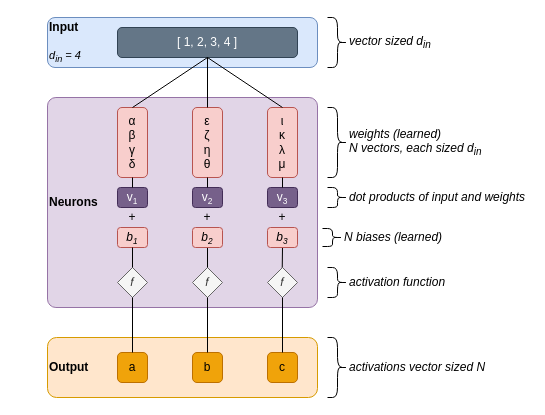
Earlier version of the draw.io diagram book/images/ffn/overview.drawio (yshavit/llm-notes). Source tidied: cells renumbered, new cells numbered last; positions are measured from the earlier drawing's top-left corner, leaving out a move shared by most shapes. Both pictures are drawn from the tidied source at 100%, with x=0, y=0 at pixel (47, 17).
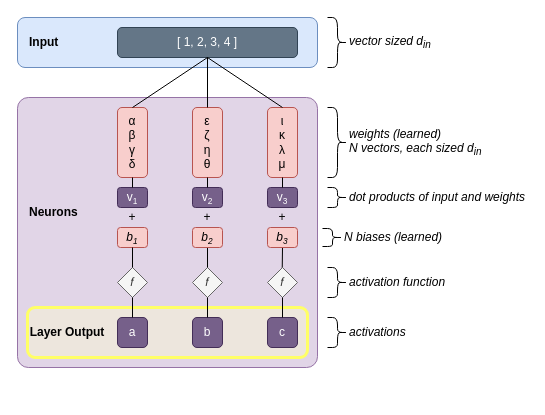
The same diagram, later.

What changed in the source:
```diff
@@
-    <mxCell id="2" value="&lt;b&gt;Neurons&lt;/b&gt;" style="rounded=1;whiteSpace=wrap;html=1;fillColor=#e1d5e7;strokeColor=#9673a6;align=left;arcSize=4;" parent="1" vertex="1">
-      <mxGeometry y="80" width="270" height="210" as="geometry" />
+    <mxCell id="2" style="rounded=1;whiteSpace=wrap;html=1;fillColor=#e1d5e7;strokeColor=#9673a6;align=left;arcSize=4;" parent="1" vertex="1">
+      <mxGeometry x="-30" y="80" width="300" height="270" as="geometry" />
     </mxCell>
@@
-    <mxCell id="5" value="&lt;b&gt;Input&lt;/b&gt;&lt;br&gt;&lt;div&gt;&lt;font style=&quot;font-size: 11px;&quot;&gt;&lt;i&gt;&lt;br&gt;&lt;/i&gt;&lt;/font&gt;&lt;/div&gt;&lt;div&gt;&lt;font style=&quot;font-size: 11px;&quot;&gt;&lt;i&gt;d&lt;sub&gt;in&lt;/sub&gt; = 4&lt;/i&gt;&lt;/font&gt;&lt;/div&gt;" style="rounded=1;whiteSpace=wrap;html=1;fillColor=#dae8fc;strokeColor=#6c8ebf;align=left;" parent="1" vertex="1">
-      <mxGeometry width="270" height="50" as="geometry" />
+    <mxCell id="5" style="rounded=1;whiteSpace=wrap;html=1;fillColor=#dae8fc;strokeColor=#6c8ebf;align=left;" parent="1" vertex="1">
+      <mxGeometry x="-30" width="300" height="50" as="geometry" />
     </mxCell>
@@
-    <mxCell id="9" value="&lt;b&gt;Output&lt;/b&gt;" style="rounded=1;whiteSpace=wrap;html=1;fillColor=#ffe6cc;strokeColor=#d79b00;align=left;" parent="1" vertex="1">
-      <mxGeometry y="320" width="270" height="60" as="geometry" />
+    <mxCell id="9" style="rounded=1;whiteSpace=wrap;html=1;fillColor=#FFFFCC66;strokeColor=#FFFF66;align=left;strokeWidth=3;" parent="1" vertex="1">
+      <mxGeometry x="-20" y="290" width="280" height="50" as="geometry" />
     </mxCell>
-    <mxCell id="10" value="a" style="rounded=1;whiteSpace=wrap;html=1;fillColor=#f0a30a;fontColor=#000000;strokeColor=#BD7000;" parent="1" vertex="1">
-      <mxGeometry x="70" y="335" width="30" height="30" as="geometry" />
+    <mxCell id="10" value="a" style="rounded=1;whiteSpace=wrap;html=1;fillColor=#76608a;fontColor=#ffffff;strokeColor=#432D57;" parent="1" vertex="1">
+      <mxGeometry x="70" y="300" width="30" height="30" as="geometry" />
     </mxCell>
-    <mxCell id="11" value="b" style="rounded=1;whiteSpace=wrap;html=1;fillColor=#f0a30a;fontColor=#000000;strokeColor=#BD7000;" parent="1" vertex="1">
-      <mxGeometry x="145" y="335" width="30" height="30" as="geometry" />
+    <mxCell id="11" value="b" style="rounded=1;whiteSpace=wrap;html=1;fillColor=#76608a;fontColor=#ffffff;strokeColor=#432D57;" parent="1" vertex="1">
+      <mxGeometry x="145" y="300" width="30" height="30" as="geometry" />
     </mxCell>
-    <mxCell id="12" value="c" style="rounded=1;whiteSpace=wrap;html=1;fillColor=#f0a30a;fontColor=#000000;strokeColor=#BD7000;" parent="1" vertex="1">
-      <mxGeometry x="220" y="335" width="30" height="30" as="geometry" />
+    <mxCell id="12" value="c" style="rounded=1;whiteSpace=wrap;html=1;fillColor=#76608a;fontColor=#ffffff;strokeColor=#432D57;" parent="1" vertex="1">
+      <mxGeometry x="220" y="300" width="30" height="30" as="geometry" />
     </mxCell>
-    <mxCell id="13" style="shape=curlyBracket;whiteSpace=wrap;html=1;rounded=1;flipH=1;labelPosition=right;verticalLabelPosition=middle;align=left;verticalAlign=middle;" parent="1" vertex="1">
-      <mxGeometry x="280" y="320" width="20" height="60" as="geometry" />
+    <mxCell id="13" style="shape=curlyBracket;whiteSpace=wrap;html=1;rounded=1;flipH=1;labelPosition=right;verticalLabelPosition=middle;align=left;verticalAlign=middle;size=0.5;" parent="1" vertex="1">
+      <mxGeometry x="280" y="300" width="20" height="30" as="geometry" />
     </mxCell>
-    <mxCell id="14" value="&lt;div style=&quot;&quot;&gt;&lt;i style=&quot;background-color: transparent; color: light-dark(rgb(0, 0, 0), rgb(255, 255, 255));&quot;&gt;activations vector sized N&lt;/i&gt;&lt;/div&gt;" style="text;html=1;whiteSpace=wrap;strokeColor=none;fillColor=none;align=left;verticalAlign=middle;rounded=0;" parent="1" vertex="1">
-      <mxGeometry x="300" y="335" width="140" height="30" as="geometry" />
+    <mxCell id="14" value="&lt;div style=&quot;&quot;&gt;&lt;i style=&quot;background-color: transparent; color: light-dark(rgb(0, 0, 0), rgb(255, 255, 255));&quot;&gt;activations&lt;/i&gt;&lt;/div&gt;" style="text;html=1;whiteSpace=wrap;strokeColor=none;fillColor=none;align=left;verticalAlign=middle;rounded=0;" parent="1" vertex="1">
+      <mxGeometry x="300" y="300" width="140" height="30" as="geometry" />
     </mxCell>
@@
+    <mxCell id="48" value="Layer Output" style="text;html=1;whiteSpace=wrap;strokeColor=none;fillColor=none;align=center;verticalAlign=middle;rounded=0;fontStyle=1;" parent="1" vertex="1">
+      <mxGeometry x="-20" y="300" width="80" height="30" as="geometry" />
+    </mxCell>
+    <mxCell id="49" value="Neurons" style="text;html=1;whiteSpace=wrap;strokeColor=none;fillColor=none;align=left;verticalAlign=middle;rounded=0;fontStyle=1;" parent="1" vertex="1">
+      <mxGeometry x="-20" y="180" width="80" height="30" as="geometry" />
+    </mxCell>
+    <mxCell id="50" value="Input" style="text;html=1;whiteSpace=wrap;strokeColor=none;fillColor=none;align=left;verticalAlign=middle;rounded=0;fontStyle=1;" parent="1" vertex="1">
+      <mxGeometry x="-20" y="10" width="80" height="30" as="geometry" />
+    </mxCell>
```
